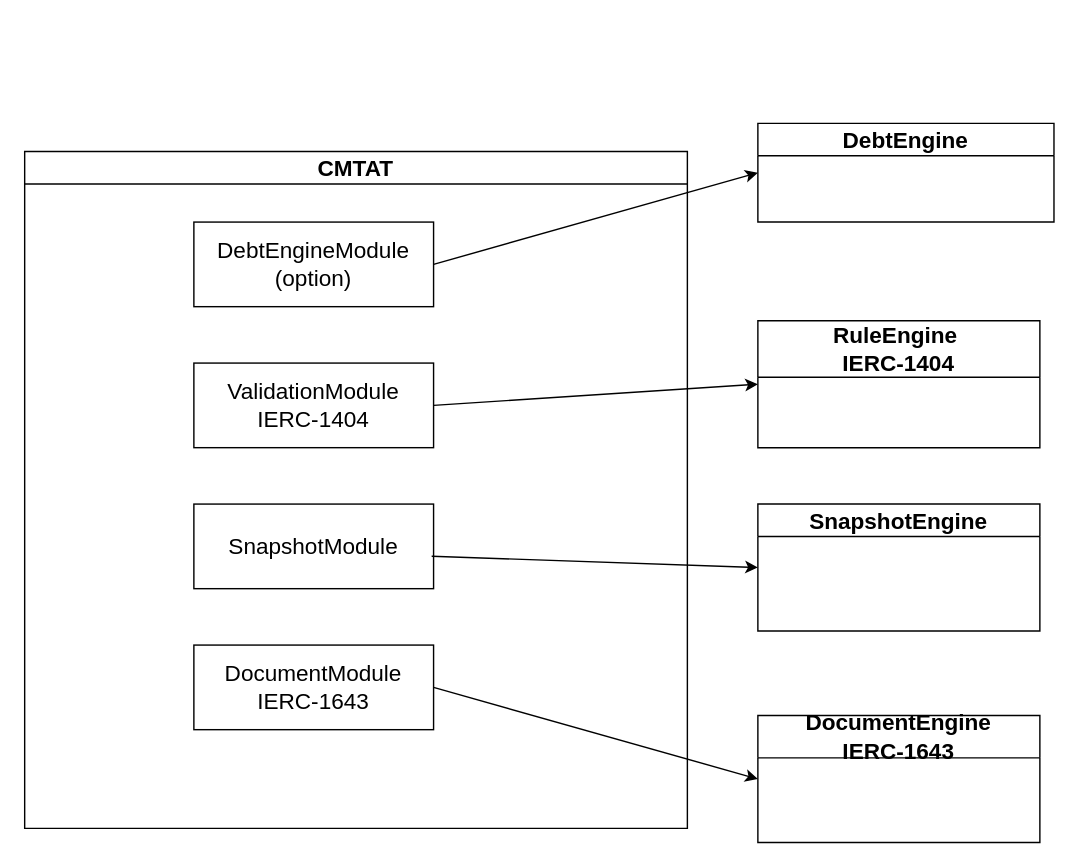
The draw.io diagram page "Engine" (1 of 8) of doc/schema/drawio/Engine.drawio in CMTA/CMTAT, before the edit. Source tidied: cells renumbered, new cells numbered last; positions are measured from the earlier drawing's top-left corner, leaving out a move shared by most shapes. Both pictures are drawn from the tidied source at 141%, with x=0, y=0 at pixel (24, 123).
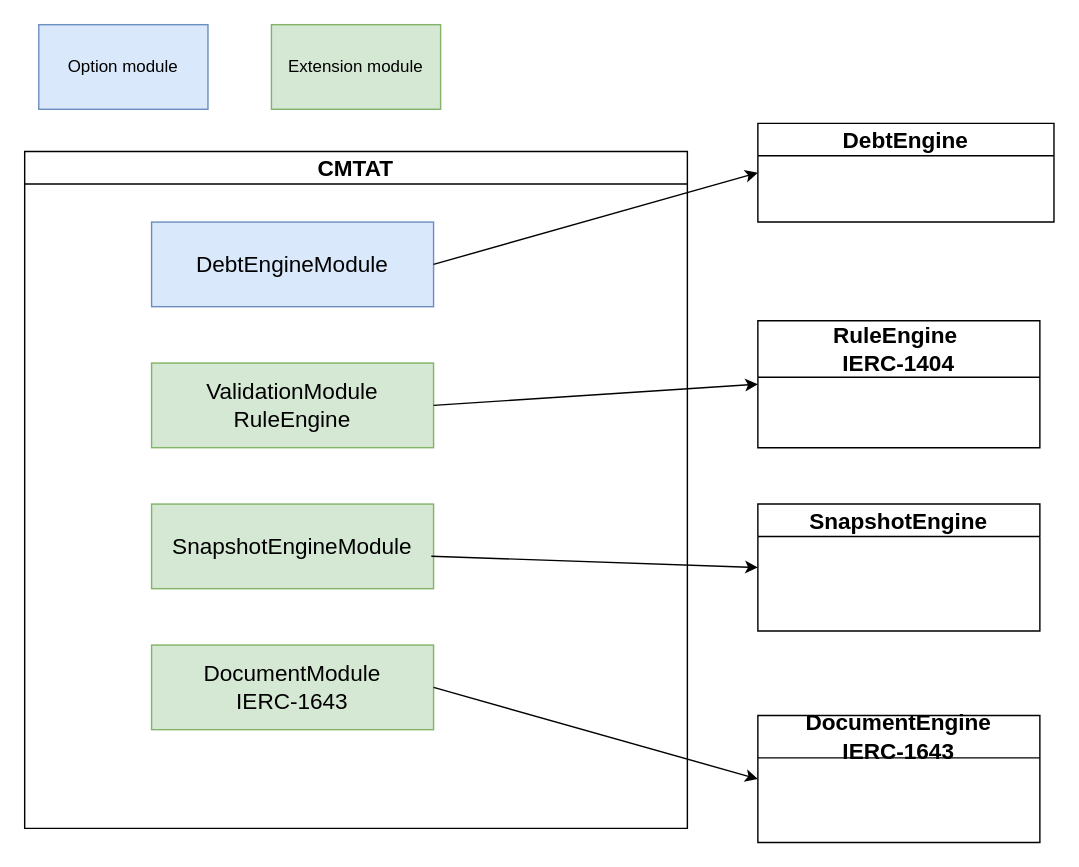
After the change.

The edit, as a diff of the source:
```diff
@@
 <mxGraphModel>
   <root>
     <mxCell id="0" />
     <mxCell id="1" parent="0" />
     <mxCell id="2" value="CMTAT" style="swimlane;whiteSpace=wrap;html=1;fontSize=16;" parent="1" vertex="1">
       <mxGeometry y="20" width="470" height="480" as="geometry" />
     </mxCell>
-    <mxCell id="3" value="DebtEngineModule&lt;br&gt;(option)" style="rounded=0;whiteSpace=wrap;html=1;fontSize=16;" parent="2" vertex="1">
-      <mxGeometry x="120" y="50" width="170" height="60" as="geometry" />
+    <mxCell id="3" value="DebtEngineModule" style="rounded=0;whiteSpace=wrap;html=1;fontSize=16;fillColor=#dae8fc;strokeColor=#6c8ebf;" parent="2" vertex="1">
+      <mxGeometry x="90" y="50" width="200" height="60" as="geometry" />
     </mxCell>
-    <mxCell id="4" value="ValidationModule&lt;br style=&quot;font-size: 16px;&quot;&gt;IERC-1404" style="rounded=0;whiteSpace=wrap;html=1;fontSize=16;" parent="2" vertex="1">
-      <mxGeometry x="120" y="150" width="170" height="60" as="geometry" />
+    <mxCell id="4" value="ValidationModule&lt;br style=&quot;font-size: 16px;&quot;&gt;RuleEngine" style="rounded=0;whiteSpace=wrap;html=1;fontSize=16;fillColor=#d5e8d4;strokeColor=#82b366;" parent="2" vertex="1">
+      <mxGeometry x="90" y="150" width="200" height="60" as="geometry" />
     </mxCell>
-    <mxCell id="5" value="DocumentModule&lt;br&gt;IERC-1643" style="rounded=0;whiteSpace=wrap;html=1;fontSize=16;" parent="2" vertex="1">
-      <mxGeometry x="120" y="350" width="170" height="60" as="geometry" />
+    <mxCell id="5" value="DocumentModule&lt;br&gt;IERC-1643" style="rounded=0;whiteSpace=wrap;html=1;fontSize=16;fillColor=#d5e8d4;strokeColor=#82b366;" parent="2" vertex="1">
+      <mxGeometry x="90" y="350" width="200" height="60" as="geometry" />
     </mxCell>
-    <mxCell id="6" value="SnapshotModule" style="rounded=0;whiteSpace=wrap;html=1;fontSize=16;" parent="2" vertex="1">
-      <mxGeometry x="120" y="250" width="170" height="60" as="geometry" />
+    <mxCell id="6" value="SnapshotEngineModule" style="rounded=0;whiteSpace=wrap;html=1;fontSize=16;fillColor=#d5e8d4;strokeColor=#82b366;" parent="2" vertex="1">
+      <mxGeometry x="90" y="250" width="200" height="60" as="geometry" />
     </mxCell>
     <mxCell id="7" value="DebtEngine" style="swimlane;whiteSpace=wrap;html=1;fontSize=16;" parent="1" vertex="1">
       <mxGeometry x="520" width="210" height="70" as="geometry" />
     </mxCell>
     <mxCell id="8" value="SnapshotEngine" style="swimlane;whiteSpace=wrap;html=1;fontSize=16;" parent="1" vertex="1">
       <mxGeometry x="520" y="270" width="200" height="90" as="geometry" />
     </mxCell>
     <mxCell id="9" value="DocumentEngine&lt;br style=&quot;font-size: 16px;&quot;&gt;IERC-1643" style="swimlane;whiteSpace=wrap;html=1;startSize=30;fontSize=16;" parent="1" vertex="1">
       <mxGeometry x="520" y="420" width="200" height="90" as="geometry" />
     </mxCell>
     <mxCell id="10" style="endArrow=classic;html=1;rounded=0;exitX=1;exitY=0.5;exitDx=0;exitDy=0;entryX=0;entryY=0.5;entryDx=0;entryDy=0;fontSize=16;" parent="1" edge="1" source="3" target="7">
       <mxGeometry relative="1" as="geometry" />
     </mxCell>
     <mxCell id="11" style="endArrow=classic;html=1;rounded=0;exitX=1;exitY=0.5;exitDx=0;exitDy=0;entryX=0;entryY=0.5;entryDx=0;entryDy=0;fontSize=16;" parent="1" edge="1" source="4" target="14">
       <mxGeometry relative="1" as="geometry" />
     </mxCell>
     <mxCell id="12" style="endArrow=classic;html=1;rounded=0;exitX=0.992;exitY=0.617;exitDx=0;exitDy=0;exitPerimeter=0;entryX=0;entryY=0.5;entryDx=0;entryDy=0;fontSize=16;" parent="1" edge="1" source="6" target="8">
       <mxGeometry relative="1" as="geometry" />
     </mxCell>
     <mxCell id="13" style="endArrow=classic;html=1;rounded=0;exitX=1;exitY=0.5;exitDx=0;exitDy=0;entryX=0;entryY=0.5;entryDx=0;entryDy=0;fontSize=16;" parent="1" edge="1" source="5" target="9">
       <mxGeometry relative="1" as="geometry" />
     </mxCell>
     <mxCell id="14" value="RuleEngine&amp;nbsp;&lt;br style=&quot;font-size: 16px;&quot;&gt;IERC-1404" style="swimlane;whiteSpace=wrap;html=1;fontSize=16;startSize=40;" parent="1" vertex="1">
       <mxGeometry x="520" y="140" width="200" height="90" as="geometry" />
     </mxCell>
+    <mxCell id="15" value="Option module" style="rounded=0;whiteSpace=wrap;html=1;fillColor=#dae8fc;strokeColor=#6c8ebf;" parent="1" vertex="1">
+      <mxGeometry x="10" y="-70" width="120" height="60" as="geometry" />
+    </mxCell>
+    <mxCell id="16" value="Extension module" style="rounded=0;whiteSpace=wrap;html=1;fillColor=#d5e8d4;strokeColor=#82b366;" parent="1" vertex="1">
+      <mxGeometry x="175" y="-70" width="120" height="60" as="geometry" />
+    </mxCell>
   </root>
 </mxGraphModel>
```
